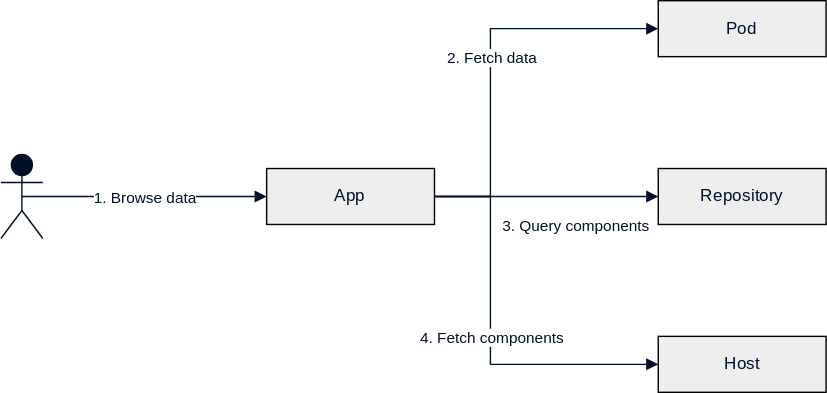
Earlier version of the draw.io export packages/semcom-core/docs/modules/introduction/images/ecosystem.svg (useid/semcom). Source tidied: cells renumbered, new cells last; positions are measured from the earlier drawing's top-left corner, leaving out a move shared by most shapes.
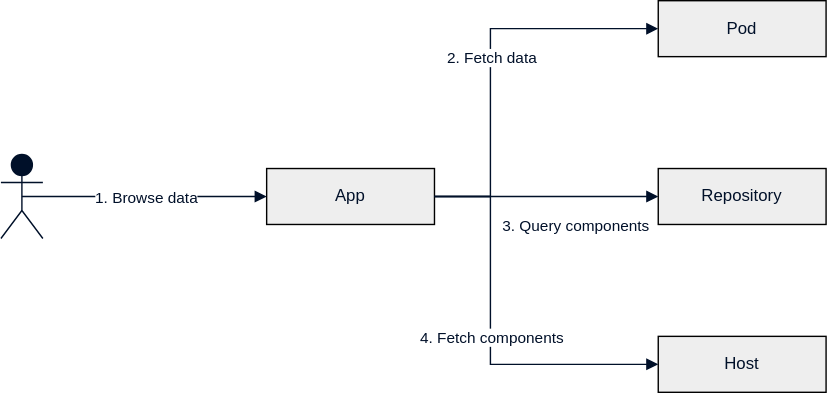
The same diagram one commit later.

Change to the diagram source:
```diff
@@ -2,16 +2,16 @@
   <root>
     <mxCell id="0" />
     <mxCell id="1" parent="0" />
-    <mxCell id="2" value="App" style="rounded=0;whiteSpace=wrap;html=1;fillColor=#EEEEEE;fontColor=#001029;fontFamily=Fira Sans;fontSource=https%3A%2F%2Ffonts.googleapis.com%2Fcss%3Ffamily%3DFira%2BSans;" parent="1" vertex="1">
+    <mxCell id="2" value="App" style="rounded=0;whiteSpace=wrap;html=1;fillColor=#EEEEEE;fontColor=#001029;fontFamily=Helvetica;" parent="1" vertex="1">
       <mxGeometry x="190" y="120" width="120" height="40" as="geometry" />
     </mxCell>
-    <mxCell id="3" value="Host" style="rounded=0;whiteSpace=wrap;html=1;fillColor=#EEEEEE;fontColor=#001029;fontFamily=Fira Sans;fontSource=https%3A%2F%2Ffonts.googleapis.com%2Fcss%3Ffamily%3DFira%2BSans;" parent="1" vertex="1">
+    <mxCell id="3" value="Host" style="rounded=0;whiteSpace=wrap;html=1;fillColor=#EEEEEE;fontColor=#001029;fontFamily=Helvetica;" parent="1" vertex="1">
       <mxGeometry x="470" y="240" width="120" height="40" as="geometry" />
     </mxCell>
-    <mxCell id="4" value="Repository" style="rounded=0;whiteSpace=wrap;html=1;fillColor=#EEEEEE;fontColor=#001029;fontFamily=Fira Sans;fontSource=https%3A%2F%2Ffonts.googleapis.com%2Fcss%3Ffamily%3DFira%2BSans;" parent="1" vertex="1">
+    <mxCell id="4" value="Repository" style="rounded=0;whiteSpace=wrap;html=1;fillColor=#EEEEEE;fontColor=#001029;fontFamily=Helvetica;" parent="1" vertex="1">
       <mxGeometry x="470" y="120" width="120" height="40" as="geometry" />
     </mxCell>
-    <mxCell id="5" value="Pod" style="rounded=0;whiteSpace=wrap;html=1;fillColor=#EEEEEE;fontColor=#001029;fontFamily=Fira Sans;fontSource=https%3A%2F%2Ffonts.googleapis.com%2Fcss%3Ffamily%3DFira%2BSans;" parent="1" vertex="1">
+    <mxCell id="5" value="Pod" style="rounded=0;whiteSpace=wrap;html=1;fillColor=#EEEEEE;fontColor=#001029;fontFamily=Helvetica;" parent="1" vertex="1">
       <mxGeometry x="470" width="120" height="40" as="geometry" />
     </mxCell>
     <mxCell id="6" style="shape=umlActor;verticalLabelPosition=bottom;verticalAlign=top;html=1;outlineConnect=0;rounded=0;fontFamily=Fira Sans;fontSource=https%3A%2F%2Ffonts.googleapis.com%2Fcss%3Ffamily%3DFira%2BSans;fontColor=#001029;fillColor=#001029;strokeColor=#001029;" parent="1" vertex="1">
@@ -20,10 +20,10 @@
     <mxCell id="7" style="endArrow=block;html=1;exitX=0.5;exitY=0.5;exitDx=0;exitDy=0;exitPerimeter=0;strokeColor=#001029;labelBackgroundColor=#ffffff;fontColor=#001029;rounded=0;endFill=1;" parent="1" edge="1" source="6" target="2">
       <mxGeometry relative="1" as="geometry" />
     </mxCell>
-    <mxCell id="8" value="1. Browse data" style="edgeLabel;html=1;align=center;verticalAlign=middle;fontColor=#001029;labelBackgroundColor=#FFFFFF;" parent="7" vertex="1">
+    <mxCell id="8" value="1. Browse data" style="edgeLabel;html=1;align=center;verticalAlign=middle;fontColor=#001029;labelBackgroundColor=#FFFFFF;fontFamily=Helvetica;" parent="7" vertex="1">
       <mxGeometry relative="1" as="geometry" />
     </mxCell>
-    <mxCell id="9" style="endArrow=block;html=1;exitX=1;exitY=0.5;exitDx=0;exitDy=0;strokeColor=#001029;labelBackgroundColor=#FFFFFF;fontColor=#001029;entryX=0;entryY=0.5;entryDx=0;entryDy=0;rounded=0;endFill=1;" parent="1" edge="1" source="2" target="5">
+    <mxCell id="9" style="endArrow=block;html=1;exitX=1;exitY=0.5;exitDx=0;exitDy=0;strokeColor=#001029;labelBackgroundColor=#FFFFFF;fontColor=#001029;entryX=0;entryY=0.5;entryDx=0;entryDy=0;rounded=0;endFill=1;fontFamily=Helvetica;" parent="1" edge="1" source="2" target="5">
       <mxGeometry relative="1" as="geometry">
         <Array as="points">
           <mxPoint x="350" y="140" />
@@ -34,7 +34,7 @@
     <mxCell id="10" value="2. Fetch data" style="edgeLabel;html=1;align=center;verticalAlign=middle;fontColor=#001029;labelBackgroundColor=#FFFFFF;" parent="9" vertex="1">
       <mxGeometry relative="1" as="geometry" />
     </mxCell>
-    <mxCell id="11" style="endArrow=block;html=1;exitX=1;exitY=0.5;exitDx=0;exitDy=0;strokeColor=#001029;labelBackgroundColor=#FFFFFF;fontColor=#001029;rounded=0;endFill=1;entryX=0;entryY=0.5;entryDx=0;entryDy=0;" parent="1" edge="1" source="2" target="3">
+    <mxCell id="11" style="endArrow=block;html=1;exitX=1;exitY=0.5;exitDx=0;exitDy=0;strokeColor=#001029;labelBackgroundColor=#FFFFFF;fontColor=#001029;rounded=0;endFill=1;entryX=0;entryY=0.5;entryDx=0;entryDy=0;fontFamily=Helvetica;" parent="1" edge="1" source="2" target="3">
       <mxGeometry relative="1" as="geometry">
         <Array as="points">
           <mxPoint x="350" y="140" />
@@ -45,7 +45,7 @@
     <mxCell id="12" value="4. Fetch components" style="edgeLabel;html=1;align=center;verticalAlign=middle;fontColor=#001029;labelBackgroundColor=#FFFFFF;" parent="11" vertex="1">
       <mxGeometry relative="1" as="geometry" />
     </mxCell>
-    <mxCell id="13" style="endArrow=block;html=1;exitX=1;exitY=0.5;exitDx=0;exitDy=0;strokeColor=#001029;labelBackgroundColor=#FFFFFF;fontColor=#001029;rounded=0;endFill=1;entryX=0;entryY=0.5;entryDx=0;entryDy=0;" parent="1" edge="1" source="2" target="4">
+    <mxCell id="13" style="endArrow=block;html=1;exitX=1;exitY=0.5;exitDx=0;exitDy=0;strokeColor=#001029;labelBackgroundColor=#FFFFFF;fontColor=#001029;rounded=0;endFill=1;entryX=0;entryY=0.5;entryDx=0;entryDy=0;fontFamily=Helvetica;" parent="1" edge="1" source="2" target="4">
       <mxGeometry relative="1" as="geometry" />
     </mxCell>
     <mxCell id="14" value="3. Query components" style="edgeLabel;html=1;align=center;verticalAlign=middle;fontColor=#001029;labelBackgroundColor=#FFFFFF;" parent="13" vertex="1">
```
